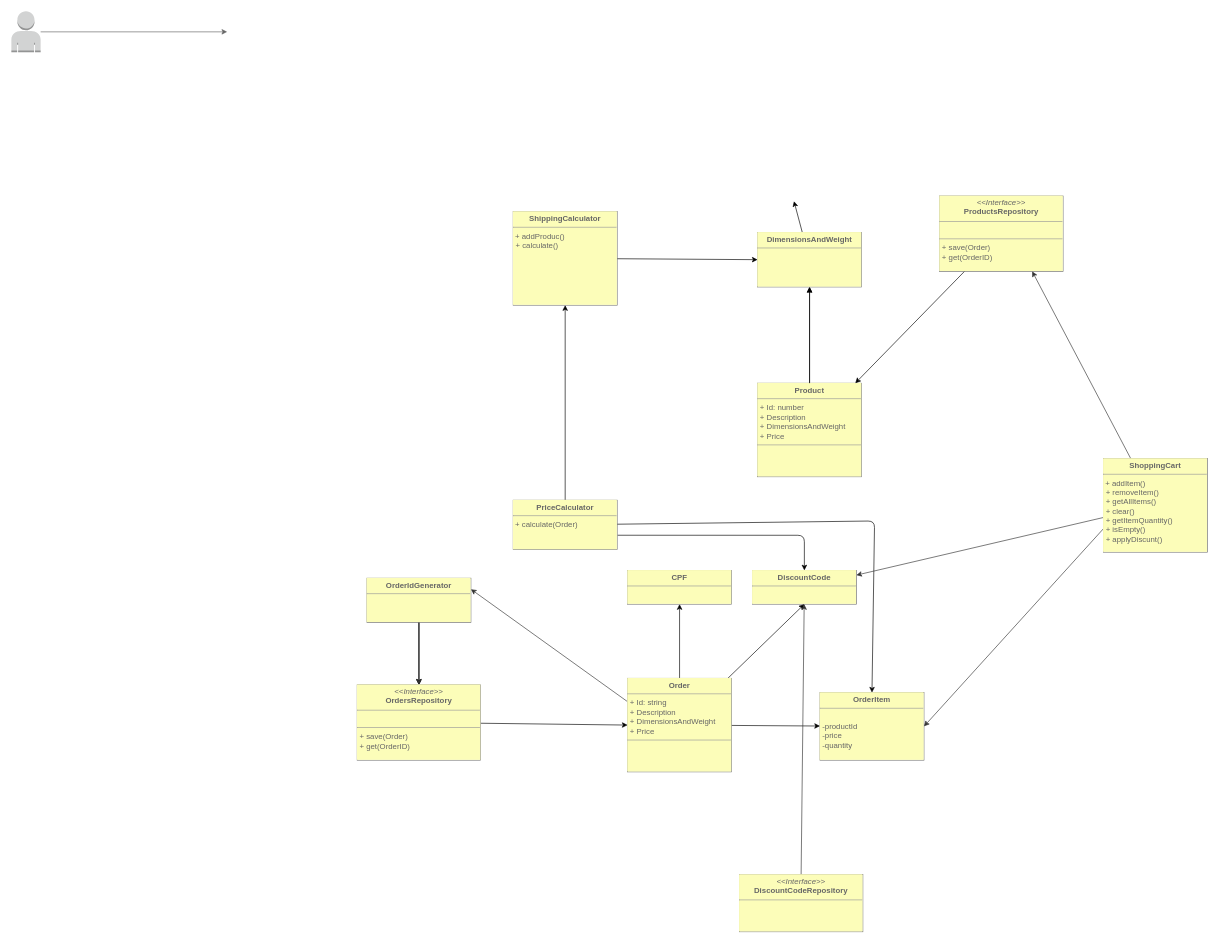
Above: project/design/ecommerceDesignV2.drawio in momeyer/CleanCodeAndCleanArchitecture (draw.io), before the change. Source tidied: cells renumbered, new cells numbered last; positions are measured from the earlier drawing's top-left corner, leaving out a move shared by most shapes. Both pictures are drawn from the tidied source at 65%, with x=0, y=0 at pixel (11, 11).
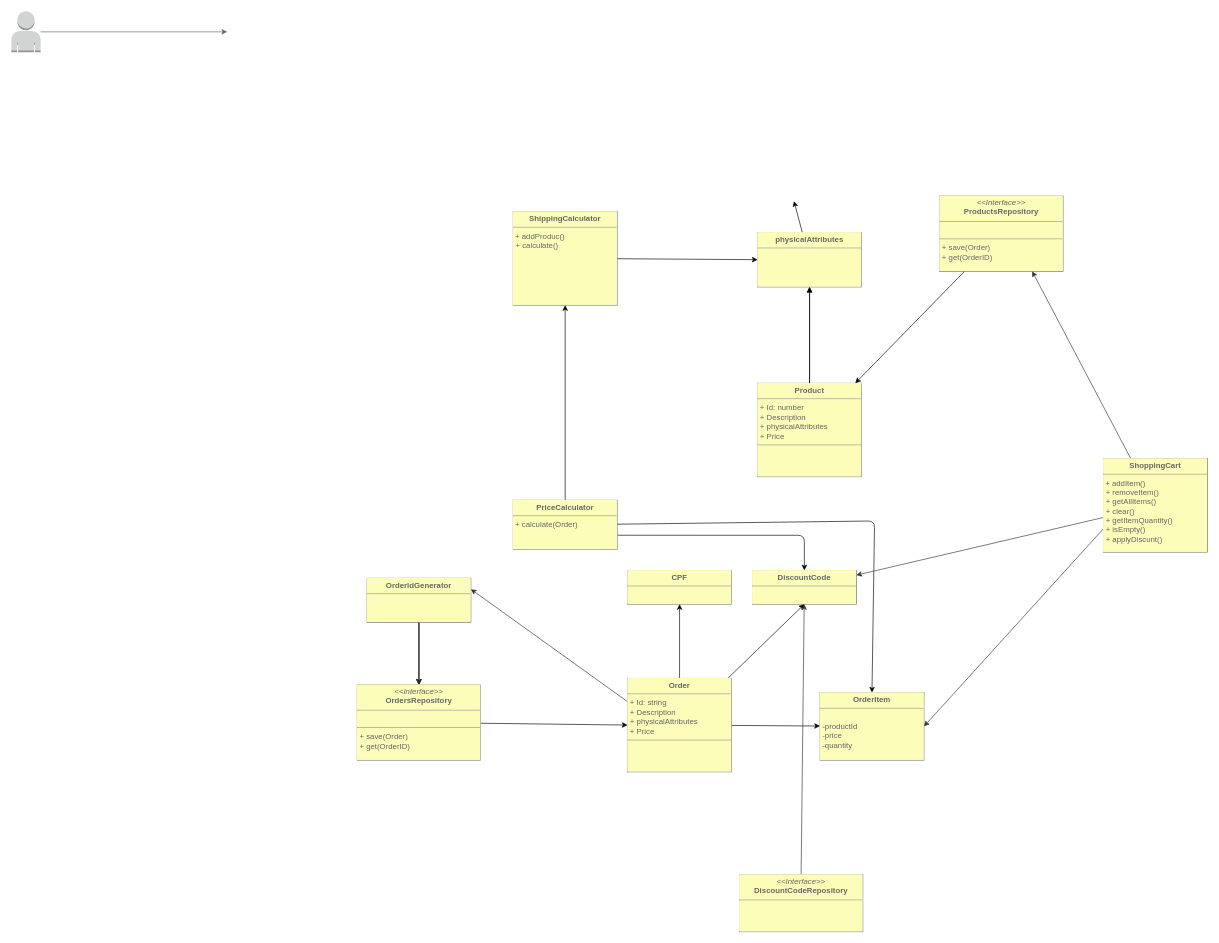
The same page after the edit.

What changed in the source:
```diff
@@
-    <mxCell id="5" value="&lt;p style=&quot;margin: 0px ; margin-top: 4px ; text-align: center&quot;&gt;&lt;b&gt;Product&lt;/b&gt;&lt;/p&gt;&lt;hr size=&quot;1&quot;&gt;&lt;p style=&quot;margin: 0px ; margin-left: 4px&quot;&gt;+ Id: number&lt;/p&gt;&lt;p style=&quot;margin: 0px ; margin-left: 4px&quot;&gt;+ Description&lt;/p&gt;&lt;p style=&quot;margin: 0px ; margin-left: 4px&quot;&gt;+ DimensionsAndWeight&lt;/p&gt;&lt;p style=&quot;margin: 0px ; margin-left: 4px&quot;&gt;+ Price&lt;br&gt;&lt;/p&gt;&lt;hr size=&quot;1&quot;&gt;&lt;br&gt;&lt;p style=&quot;margin: 0px ; margin-left: 4px&quot;&gt;&lt;br&gt;&lt;/p&gt;" style="verticalAlign=top;align=left;overflow=fill;fontSize=12;fontFamily=Helvetica;html=1;labelBackgroundColor=#fcfdb9;fontColor=#666666;strokeColor=#666666;strokeWidth=1;fillColor=none;" parent="1" vertex="1">
+    <mxCell id="5" value="&lt;p style=&quot;margin: 0px ; margin-top: 4px ; text-align: center&quot;&gt;&lt;b&gt;Product&lt;/b&gt;&lt;/p&gt;&lt;hr size=&quot;1&quot;&gt;&lt;p style=&quot;margin: 0px ; margin-left: 4px&quot;&gt;+ Id: number&lt;/p&gt;&lt;p style=&quot;margin: 0px ; margin-left: 4px&quot;&gt;+ Description&lt;/p&gt;&lt;p style=&quot;margin: 0px ; margin-left: 4px&quot;&gt;+ physicalAttributes&lt;/p&gt;&lt;p style=&quot;margin: 0px ; margin-left: 4px&quot;&gt;+ Price&lt;br&gt;&lt;/p&gt;&lt;hr size=&quot;1&quot;&gt;&lt;br&gt;&lt;p style=&quot;margin: 0px ; margin-left: 4px&quot;&gt;&lt;br&gt;&lt;/p&gt;" style="verticalAlign=top;align=left;overflow=fill;fontSize=12;fontFamily=Helvetica;html=1;labelBackgroundColor=#fcfdb9;fontColor=#666666;strokeColor=#666666;strokeWidth=1;fillColor=none;" parent="1" vertex="1">
       <mxGeometry x="1148" y="572" width="160" height="144" as="geometry" />
     </mxCell>
@@
-    <mxCell id="7" value="&lt;p style=&quot;margin: 0px ; margin-top: 4px ; text-align: center&quot;&gt;&lt;b&gt;DimensionsAndWeight&lt;/b&gt;&lt;/p&gt;&lt;hr size=&quot;1&quot;&gt;&lt;p style=&quot;margin: 0px ; margin-left: 4px&quot;&gt;&lt;/p&gt;&lt;br&gt;&lt;p style=&quot;margin: 0px ; margin-left: 4px&quot;&gt;&lt;br&gt;&lt;/p&gt;" style="verticalAlign=top;align=left;overflow=fill;fontSize=12;fontFamily=Helvetica;html=1;labelBackgroundColor=#fcfdb9;fontColor=#666666;strokeColor=#666666;strokeWidth=1;fillColor=none;" parent="1" vertex="1">
+    <mxCell id="7" value="&lt;p style=&quot;margin: 0px ; margin-top: 4px ; text-align: center&quot;&gt;&lt;b&gt;physicalAttributes&lt;/b&gt;&lt;/p&gt;&lt;hr size=&quot;1&quot;&gt;&lt;p style=&quot;margin: 0px ; margin-left: 4px&quot;&gt;&lt;/p&gt;&lt;br&gt;&lt;p style=&quot;margin: 0px ; margin-left: 4px&quot;&gt;&lt;br&gt;&lt;/p&gt;" style="verticalAlign=top;align=left;overflow=fill;fontSize=12;fontFamily=Helvetica;html=1;labelBackgroundColor=#fcfdb9;fontColor=#666666;strokeColor=#666666;strokeWidth=1;fillColor=none;" parent="1" vertex="1">
       <mxGeometry x="1148" y="340" width="160" height="84" as="geometry" />
     </mxCell>
@@
-    <mxCell id="16" value="&lt;p style=&quot;margin: 0px ; margin-top: 4px ; text-align: center&quot;&gt;&lt;b&gt;Order&lt;/b&gt;&lt;/p&gt;&lt;hr size=&quot;1&quot;&gt;&lt;p style=&quot;margin: 0px ; margin-left: 4px&quot;&gt;+ Id: string&lt;/p&gt;&lt;p style=&quot;margin: 0px ; margin-left: 4px&quot;&gt;+ Description&lt;/p&gt;&lt;p style=&quot;margin: 0px ; margin-left: 4px&quot;&gt;+ DimensionsAndWeight&lt;/p&gt;&lt;p style=&quot;margin: 0px ; margin-left: 4px&quot;&gt;+ Price&lt;br&gt;&lt;/p&gt;&lt;hr size=&quot;1&quot;&gt;&lt;br&gt;&lt;p style=&quot;margin: 0px ; margin-left: 4px&quot;&gt;&lt;br&gt;&lt;/p&gt;" style="verticalAlign=top;align=left;overflow=fill;fontSize=12;fontFamily=Helvetica;html=1;labelBackgroundColor=#fcfdb9;fontColor=#666666;strokeColor=#666666;strokeWidth=1;fillColor=none;rounded=0;sketch=0;shadow=0;" parent="1" vertex="1">
+    <mxCell id="16" value="&lt;p style=&quot;margin: 0px ; margin-top: 4px ; text-align: center&quot;&gt;&lt;b&gt;Order&lt;/b&gt;&lt;/p&gt;&lt;hr size=&quot;1&quot;&gt;&lt;p style=&quot;margin: 0px ; margin-left: 4px&quot;&gt;+ Id: string&lt;/p&gt;&lt;p style=&quot;margin: 0px ; margin-left: 4px&quot;&gt;+ Description&lt;/p&gt;&lt;p style=&quot;margin: 0px ; margin-left: 4px&quot;&gt;+ physicalAttributes&lt;/p&gt;&lt;p style=&quot;margin: 0px ; margin-left: 4px&quot;&gt;+ Price&lt;br&gt;&lt;/p&gt;&lt;hr size=&quot;1&quot;&gt;&lt;br&gt;&lt;p style=&quot;margin: 0px ; margin-left: 4px&quot;&gt;&lt;br&gt;&lt;/p&gt;" style="verticalAlign=top;align=left;overflow=fill;fontSize=12;fontFamily=Helvetica;html=1;labelBackgroundColor=#fcfdb9;fontColor=#666666;strokeColor=#666666;strokeWidth=1;fillColor=none;rounded=0;sketch=0;shadow=0;" parent="1" vertex="1">
       <mxGeometry x="948" y="1026" width="160" height="144" as="geometry" />
     </mxCell>
```
